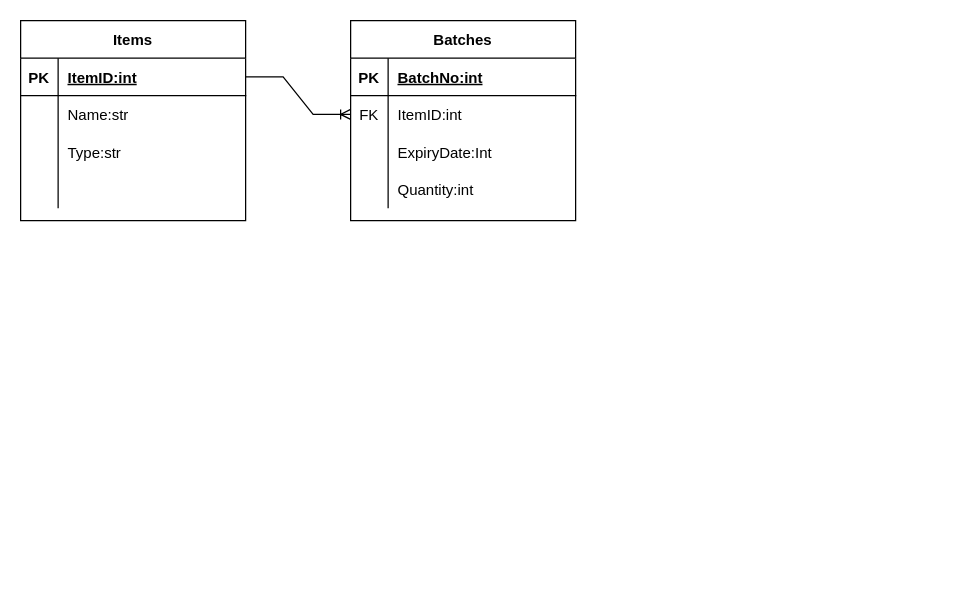
The draw.io diagram Documentation/Diagrams/ItemsDB.drawio in MsMendham/Inventory-Mangement, before the edit. Source tidied: cells renumbered, new cells numbered last; positions are measured from the earlier drawing's top-left corner, leaving out a move shared by most shapes. Both pictures are drawn from the tidied source at 125%, with x=0, y=0 at pixel (20, 20).
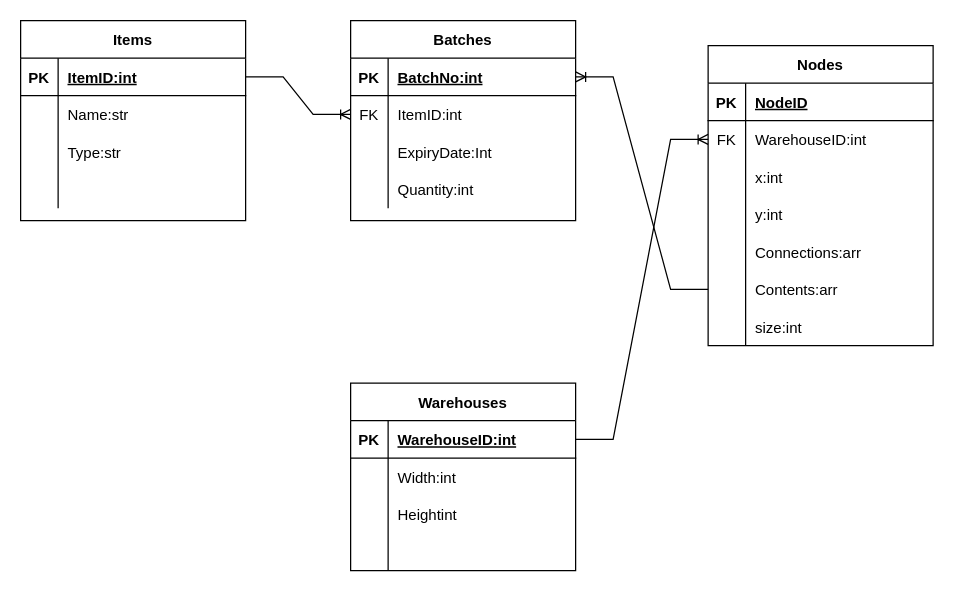
Above is the later version.

The change refers to these unchanged cells:
```xml
<mxCell id="16" style="shape=tableRow;horizontal=0;startSize=0;swimlaneHead=0;swimlaneBody=0;fillColor=none;points=[[0,0.5],[1,0.5]];portConstraint=eastwest;top=0;left=0;right=0;bottom=1;" parent="15" vertex="1">
  <mxGeometry y="30" width="180" height="30" as="geometry" />
</mxCell>
```

Change to the diagram source:
```diff
@@
+    <mxCell id="29" value="Warehouses" style="shape=table;startSize=30;childLayout=tableLayout;rowLines=0;fontStyle=1;align=center;" parent="1" vertex="1">
+      <mxGeometry x="264" y="290" width="180" height="150" as="geometry" />
+    </mxCell>
+    <mxCell id="30" style="shape=tableRow;horizontal=0;startSize=0;swimlaneHead=0;swimlaneBody=0;fillColor=none;points=[[0,0.5],[1,0.5]];portConstraint=eastwest;top=0;left=0;right=0;bottom=1;" parent="29" vertex="1">
+      <mxGeometry y="30" width="180" height="30" as="geometry" />
+    </mxCell>
+    <mxCell id="31" value="PK" style="shape=partialRectangle;fillColor=none;top=0;left=0;bottom=0;right=0;fontStyle=1;overflow=hidden;" parent="30" vertex="1">
+      <mxGeometry width="30" height="30" as="geometry" />
+    </mxCell>
+    <mxCell id="32" value="WarehouseID:int" style="shape=partialRectangle;fillColor=none;top=0;left=0;bottom=0;right=0;align=left;spacingLeft=6;fontStyle=5;overflow=hidden;" parent="30" vertex="1">
+      <mxGeometry x="30" width="150" height="30" as="geometry" />
+    </mxCell>
+    <mxCell id="33" style="shape=tableRow;horizontal=0;startSize=0;swimlaneHead=0;swimlaneBody=0;fillColor=none;top=0;left=0;right=0;bottom=0;" parent="29" vertex="1">
+      <mxGeometry y="60" width="180" height="30" as="geometry" />
+    </mxCell>
+    <mxCell id="34" style="shape=partialRectangle;fillColor=none;top=0;left=0;bottom=0;right=0;overflow=hidden;" parent="33" vertex="1">
+      <mxGeometry width="30" height="30" as="geometry" />
+    </mxCell>
+    <mxCell id="35" value="Width:int" style="shape=partialRectangle;fillColor=none;top=0;left=0;bottom=0;right=0;align=left;spacingLeft=6;overflow=hidden;" parent="33" vertex="1">
+      <mxGeometry x="30" width="150" height="30" as="geometry" />
+    </mxCell>
+    <mxCell id="36" style="shape=tableRow;horizontal=0;startSize=0;swimlaneHead=0;swimlaneBody=0;fillColor=none;top=0;left=0;right=0;bottom=0;" parent="29" vertex="1">
+      <mxGeometry y="90" width="180" height="30" as="geometry" />
+    </mxCell>
+    <mxCell id="37" style="shape=partialRectangle;fillColor=none;top=0;left=0;bottom=0;right=0;overflow=hidden;" parent="36" vertex="1">
+      <mxGeometry width="30" height="30" as="geometry" />
+    </mxCell>
+    <mxCell id="38" value="Heightint" style="shape=partialRectangle;fillColor=none;top=0;left=0;bottom=0;right=0;align=left;spacingLeft=6;overflow=hidden;" parent="36" vertex="1">
+      <mxGeometry x="30" width="150" height="30" as="geometry" />
+    </mxCell>
+    <mxCell id="39" style="shape=tableRow;horizontal=0;startSize=0;swimlaneHead=0;swimlaneBody=0;fillColor=none;top=0;left=0;right=0;bottom=0;" parent="29" vertex="1">
+      <mxGeometry y="120" width="180" height="30" as="geometry" />
+    </mxCell>
+    <mxCell id="40" style="shape=partialRectangle;fillColor=none;top=0;left=0;bottom=0;right=0;overflow=hidden;" parent="39" vertex="1">
+      <mxGeometry width="30" height="30" as="geometry" />
+    </mxCell>
+    <mxCell id="41" style="shape=partialRectangle;fillColor=none;top=0;left=0;bottom=0;right=0;align=left;spacingLeft=6;overflow=hidden;" parent="39" vertex="1">
+      <mxGeometry x="30" width="150" height="30" as="geometry" />
+    </mxCell>
+    <mxCell id="42" value="Nodes" style="shape=table;startSize=30;childLayout=tableLayout;rowLines=0;fontStyle=1;align=center;" parent="1" vertex="1">
+      <mxGeometry x="550" y="20" width="180" height="240" as="geometry" />
+    </mxCell>
+    <mxCell id="43" style="shape=tableRow;horizontal=0;startSize=0;swimlaneHead=0;swimlaneBody=0;fillColor=none;top=0;left=0;right=0;bottom=1;" parent="42" vertex="1">
+      <mxGeometry y="30" width="180" height="30" as="geometry" />
+    </mxCell>
+    <mxCell id="44" value="PK" style="shape=partialRectangle;fillColor=none;top=0;left=0;bottom=0;right=0;fontStyle=1;overflow=hidden;" parent="43" vertex="1">
+      <mxGeometry width="30" height="30" as="geometry" />
+    </mxCell>
+    <mxCell id="45" value="NodeID" style="shape=partialRectangle;fillColor=none;top=0;left=0;bottom=0;right=0;align=left;spacingLeft=6;fontStyle=5;overflow=hidden;" parent="43" vertex="1">
+      <mxGeometry x="30" width="150" height="30" as="geometry" />
+    </mxCell>
+    <mxCell id="46" style="shape=tableRow;horizontal=0;startSize=0;swimlaneHead=0;swimlaneBody=0;fillColor=none;points=[[0,0.5],[1,0.5]];portConstraint=eastwest;top=0;left=0;right=0;bottom=0;" parent="42" vertex="1">
+      <mxGeometry y="60" width="180" height="30" as="geometry" />
+    </mxCell>
+    <mxCell id="47" value="FK" style="shape=partialRectangle;fillColor=none;top=0;left=0;bottom=0;right=0;fontStyle=0;overflow=hidden;" parent="46" vertex="1">
+      <mxGeometry width="30" height="30" as="geometry" />
+    </mxCell>
+    <mxCell id="48" value="WarehouseID:int" style="shape=partialRectangle;fillColor=none;top=0;left=0;bottom=0;right=0;align=left;spacingLeft=6;fontStyle=0;overflow=hidden;" parent="46" vertex="1">
+      <mxGeometry x="30" width="150" height="30" as="geometry" />
+    </mxCell>
+    <mxCell id="49" style="shape=tableRow;horizontal=0;startSize=0;swimlaneHead=0;swimlaneBody=0;fillColor=none;top=0;left=0;right=0;bottom=0;" parent="42" vertex="1">
+      <mxGeometry y="90" width="180" height="30" as="geometry" />
+    </mxCell>
+    <mxCell id="50" style="shape=partialRectangle;fillColor=none;top=0;left=0;bottom=0;right=0;overflow=hidden;" parent="49" vertex="1">
+      <mxGeometry width="30" height="30" as="geometry" />
+    </mxCell>
+    <mxCell id="51" value="x:int" style="shape=partialRectangle;fillColor=none;top=0;left=0;bottom=0;right=0;align=left;spacingLeft=6;overflow=hidden;" parent="49" vertex="1">
+      <mxGeometry x="30" width="150" height="30" as="geometry" />
+    </mxCell>
+    <mxCell id="52" style="shape=tableRow;horizontal=0;startSize=0;swimlaneHead=0;swimlaneBody=0;fillColor=none;top=0;left=0;right=0;bottom=0;" parent="42" vertex="1">
+      <mxGeometry y="120" width="180" height="30" as="geometry" />
+    </mxCell>
+    <mxCell id="53" style="shape=partialRectangle;fillColor=none;top=0;left=0;bottom=0;right=0;overflow=hidden;" parent="52" vertex="1">
+      <mxGeometry width="30" height="30" as="geometry" />
+    </mxCell>
+    <mxCell id="54" value="y:int" style="shape=partialRectangle;fillColor=none;top=0;left=0;bottom=0;right=0;align=left;spacingLeft=6;overflow=hidden;" parent="52" vertex="1">
+      <mxGeometry x="30" width="150" height="30" as="geometry" />
+    </mxCell>
+    <mxCell id="55" style="shape=tableRow;horizontal=0;startSize=0;swimlaneHead=0;swimlaneBody=0;fillColor=none;top=0;left=0;right=0;bottom=0;" parent="42" vertex="1">
+      <mxGeometry y="150" width="180" height="30" as="geometry" />
+    </mxCell>
+    <mxCell id="56" style="shape=partialRectangle;fillColor=none;top=0;left=0;bottom=0;right=0;overflow=hidden;" parent="55" vertex="1">
+      <mxGeometry width="30" height="30" as="geometry" />
+    </mxCell>
+    <mxCell id="57" value="Connections:arr" style="shape=partialRectangle;fillColor=none;top=0;left=0;bottom=0;right=0;align=left;spacingLeft=6;overflow=hidden;" parent="55" vertex="1">
+      <mxGeometry x="30" width="150" height="30" as="geometry" />
+    </mxCell>
+    <mxCell id="58" style="shape=tableRow;horizontal=0;startSize=0;swimlaneHead=0;swimlaneBody=0;fillColor=none;points=[[0,0.5],[1,0.5]];portConstraint=eastwest;top=0;left=0;right=0;bottom=0;" parent="42" vertex="1">
+      <mxGeometry y="180" width="180" height="30" as="geometry" />
+    </mxCell>
+    <mxCell id="59" style="shape=partialRectangle;fillColor=none;top=0;left=0;bottom=0;right=0;overflow=hidden;" parent="58" vertex="1">
+      <mxGeometry width="30" height="30" as="geometry" />
+    </mxCell>
+    <mxCell id="60" value="Contents:arr" style="shape=partialRectangle;fillColor=none;top=0;left=0;bottom=0;right=0;align=left;spacingLeft=6;overflow=hidden;" parent="58" vertex="1">
+      <mxGeometry x="30" width="150" height="30" as="geometry" />
+    </mxCell>
+    <mxCell id="61" style="shape=tableRow;horizontal=0;startSize=0;swimlaneHead=0;swimlaneBody=0;fillColor=none;top=0;left=0;right=0;bottom=0;" parent="42" vertex="1">
+      <mxGeometry y="210" width="180" height="30" as="geometry" />
+    </mxCell>
+    <mxCell id="62" style="shape=partialRectangle;fillColor=none;top=0;left=0;bottom=0;right=0;overflow=hidden;" parent="61" vertex="1">
+      <mxGeometry width="30" height="30" as="geometry" />
+    </mxCell>
+    <mxCell id="63" value="size:int" style="shape=partialRectangle;fillColor=none;top=0;left=0;bottom=0;right=0;align=left;spacingLeft=6;overflow=hidden;" parent="61" vertex="1">
+      <mxGeometry x="30" width="150" height="30" as="geometry" />
+    </mxCell>
+    <mxCell id="64" style="edgeStyle=entityRelationEdgeStyle;fontSize=12;html=1;endArrow=ERoneToMany;rounded=0;exitX=1;exitY=0.5;exitDx=0;exitDy=0;entryX=0;entryY=0.5;entryDx=0;entryDy=0;" parent="1" edge="1" source="30" target="46">
+      <mxGeometry relative="1" as="geometry" />
+    </mxCell>
+    <mxCell id="65" style="edgeStyle=entityRelationEdgeStyle;fontSize=12;html=1;endArrow=ERoneToMany;rounded=0;entryX=1;entryY=0.5;entryDx=0;entryDy=0;exitX=0;exitY=0.5;exitDx=0;exitDy=0;" parent="1" edge="1" source="58" target="16">
+      <mxGeometry relative="1" as="geometry" />
+    </mxCell>
```
